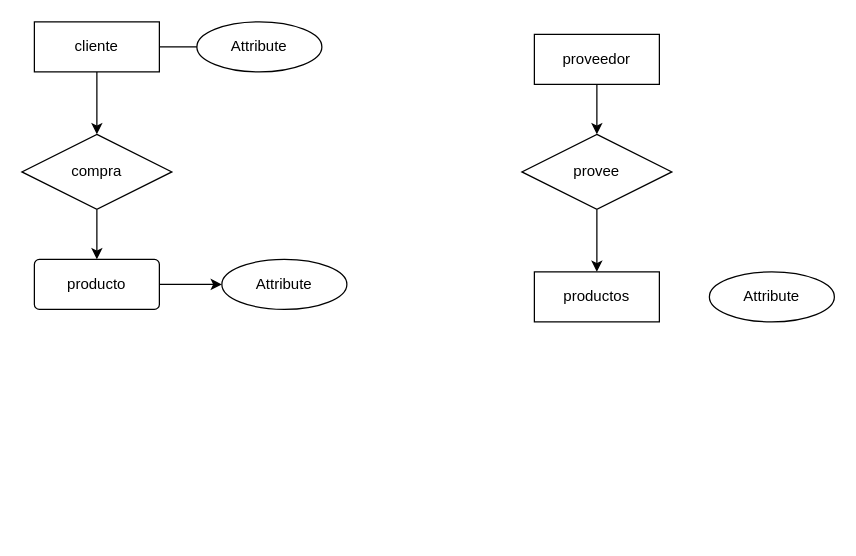
Earlier version of the draw.io diagram Diagrama sin título.drawio (DelEtAetherius/pagina_web). Source tidied: cells renumbered, new cells numbered last; positions are measured from the earlier drawing's top-left corner, leaving out a move shared by most shapes. Both pictures are drawn from the tidied source at 125%, with x=0, y=0 at pixel (21, 21).
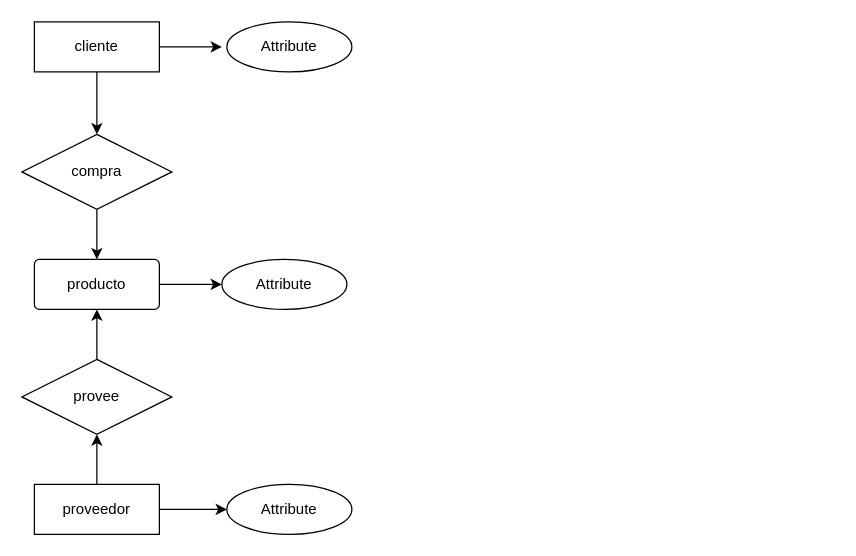
The same page after the edit.

Diff of the diagram source:
```diff
@@
 <mxGraphModel>
   <root>
     <mxCell id="0" />
     <mxCell id="1" parent="0" />
     <mxCell id="2" style="edgeStyle=orthogonalEdgeStyle;rounded=0;jettySize=auto;html=1;exitX=0.5;exitY=1;exitDx=0;exitDy=0;entryX=0.5;entryY=0;entryDx=0;entryDy=0;" parent="1" edge="1" source="4" target="6">
       <mxGeometry relative="1" as="geometry" />
     </mxCell>
     <mxCell id="3" style="edgeStyle=orthogonalEdgeStyle;rounded=0;jettySize=auto;html=1;" parent="1" edge="1" source="4">
       <mxGeometry relative="1" as="geometry">
         <mxPoint x="160" y="20" as="targetPoint" />
       </mxGeometry>
     </mxCell>
     <mxCell id="4" value="cliente" style="whiteSpace=wrap;html=1;align=center;" parent="1" vertex="1">
       <mxGeometry x="10" width="100" height="40" as="geometry" />
     </mxCell>
     <mxCell id="5" style="edgeStyle=orthogonalEdgeStyle;rounded=0;jettySize=auto;html=1;exitX=0.5;exitY=1;exitDx=0;exitDy=0;" parent="1" edge="1" source="6" target="9">
       <mxGeometry relative="1" as="geometry" />
     </mxCell>
     <mxCell id="6" value="compra" style="shape=rhombus;perimeter=rhombusPerimeter;whiteSpace=wrap;html=1;align=center;" parent="1" vertex="1">
       <mxGeometry y="90" width="120" height="60" as="geometry" />
     </mxCell>
     <mxCell id="7" value="Attribute" style="ellipse;whiteSpace=wrap;html=1;align=center;" parent="1" vertex="1">
       <mxGeometry x="160" y="190" width="100" height="40" as="geometry" />
     </mxCell>
     <mxCell id="8" style="edgeStyle=orthogonalEdgeStyle;rounded=0;jettySize=auto;html=1;" parent="1" edge="1" source="9" target="7">
       <mxGeometry relative="1" as="geometry" />
     </mxCell>
     <mxCell id="9" value="producto" style="rounded=1;arcSize=10;whiteSpace=wrap;html=1;align=center;" parent="1" vertex="1">
       <mxGeometry x="10" y="190" width="100" height="40" as="geometry" />
     </mxCell>
     <mxCell id="10" style="edgeStyle=orthogonalEdgeStyle;rounded=0;jettySize=auto;html=1;" parent="1" edge="1" source="11" target="14">
       <mxGeometry relative="1" as="geometry" />
     </mxCell>
+    <mxCell id="17" style="edgeStyle=orthogonalEdgeStyle;rounded=0;jettySize=auto;html=1;" parent="1" edge="1" source="11" target="15">
+      <mxGeometry relative="1" as="geometry" />
+    </mxCell>
     <mxCell id="11" value="proveedor" style="whiteSpace=wrap;html=1;align=center;" parent="1" vertex="1">
-      <mxGeometry x="410" y="10" width="100" height="40" as="geometry" />
+      <mxGeometry x="10" y="370" width="100" height="40" as="geometry" />
     </mxCell>
-    <mxCell id="12" value="productos" style="whiteSpace=wrap;html=1;align=center;" parent="1" vertex="1">
-      <mxGeometry x="410" y="200" width="100" height="40" as="geometry" />
-    </mxCell>
-    <mxCell id="13" style="edgeStyle=orthogonalEdgeStyle;rounded=0;jettySize=auto;html=1;" parent="1" edge="1" source="14" target="12">
-      <mxGeometry relative="1" as="geometry" />
-    </mxCell>
+    <mxCell id="18" style="edgeStyle=orthogonalEdgeStyle;rounded=0;jettySize=auto;html=1;" parent="1" edge="1" source="14" target="9">
+      <mxGeometry relative="1" as="geometry" />
+    </mxCell>
     <mxCell id="14" value="provee" style="shape=rhombus;perimeter=rhombusPerimeter;whiteSpace=wrap;html=1;align=center;" parent="1" vertex="1">
-      <mxGeometry x="400" y="90" width="120" height="60" as="geometry" />
+      <mxGeometry y="270" width="120" height="60" as="geometry" />
     </mxCell>
+    <mxCell id="16" value="Attribute" style="ellipse;whiteSpace=wrap;html=1;align=center;" parent="1" vertex="1">
+      <mxGeometry x="164" width="100" height="40" as="geometry" />
+    </mxCell>
     <mxCell id="15" value="Attribute" style="ellipse;whiteSpace=wrap;html=1;align=center;" parent="1" vertex="1">
-      <mxGeometry x="550" y="200" width="100" height="40" as="geometry" />
+      <mxGeometry x="164" y="370" width="100" height="40" as="geometry" />
     </mxCell>
-    <mxCell id="16" value="Attribute" style="ellipse;whiteSpace=wrap;html=1;align=center;" parent="1" vertex="1">
-      <mxGeometry x="140" width="100" height="40" as="geometry" />
-    </mxCell>
   </root>
 </mxGraphModel>
```
